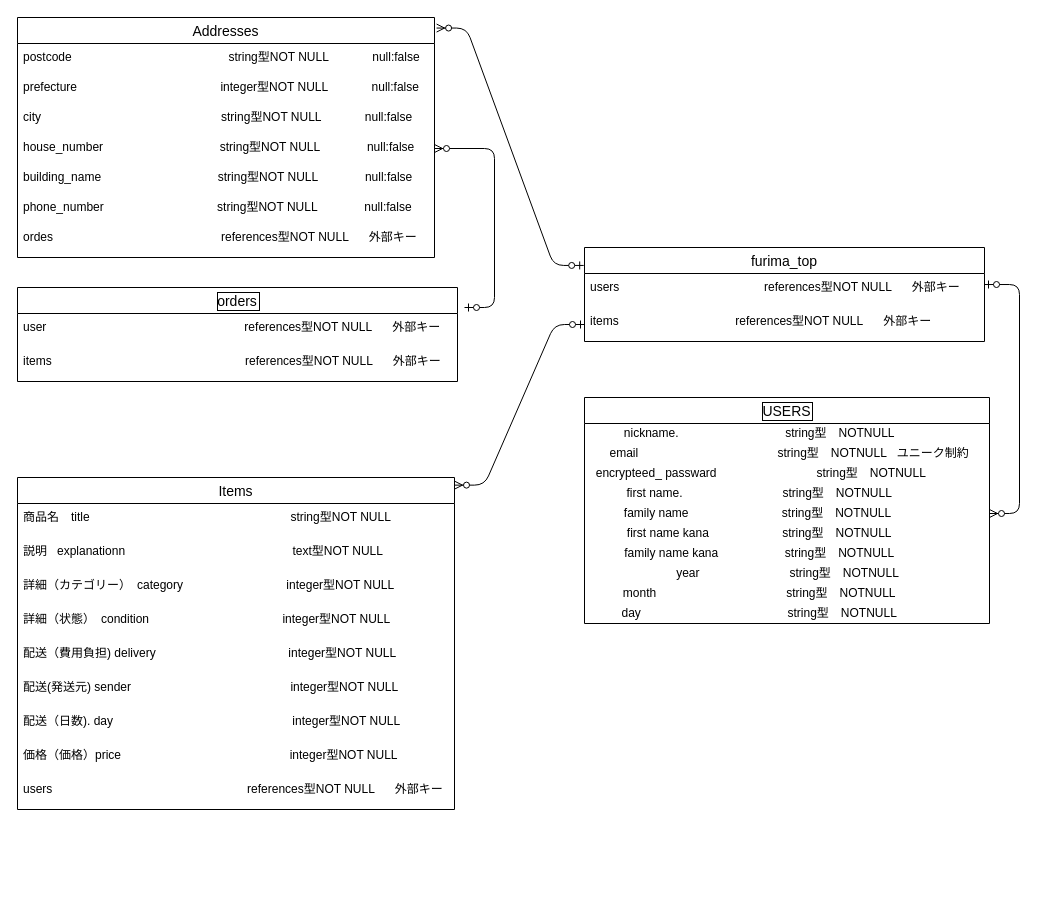
Before: フリマ.dio in tmhs0319/furima-tmhs1025, a draw.io diagram. Source tidied: cells renumbered, new cells numbered last; positions are measured from the earlier drawing's top-left corner, leaving out a move shared by most shapes. Both pictures are drawn from the tidied source at 100%, with x=0, y=0 at pixel (17, 17).
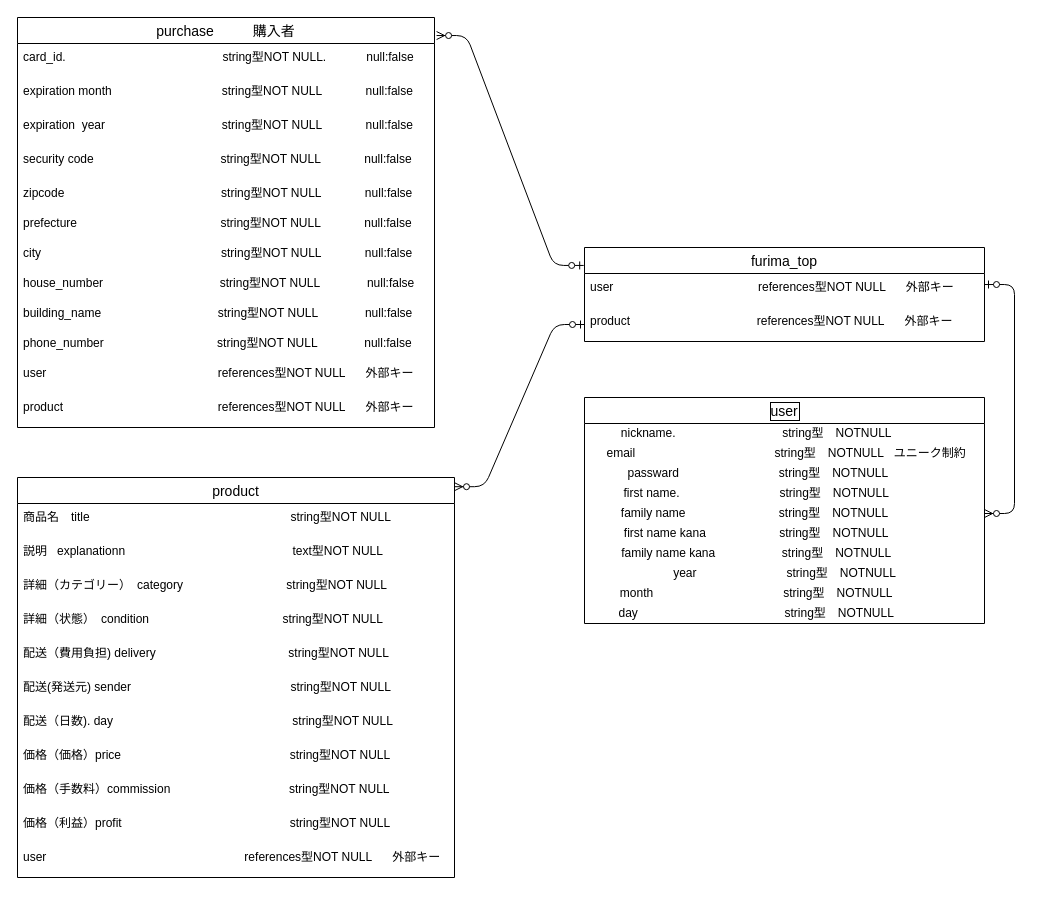
The same diagram, later.

Unchanged cells that the change refers to:
```xml
<mxCell id="10" value="furima_top" style="swimlane;fontStyle=0;horizontal=1;startSize=26;align=center;fontSize=14;" parent="1" vertex="1">
  <mxGeometry x="567" y="230" width="400" height="94" as="geometry" />
</mxCell>
```

The edit, as a diff of the source:
```diff
@@
-    <mxCell id="2" value="Addresses" style="swimlane;fontStyle=0;horizontal=1;startSize=26;align=center;fontSize=14;" parent="1" vertex="1">
-      <mxGeometry width="417" height="240" as="geometry" />
+    <mxCell id="2" value="purchase          購入者" style="swimlane;fontStyle=0;horizontal=1;startSize=26;align=center;fontSize=14;" parent="1" vertex="1">
+      <mxGeometry width="417" height="410" as="geometry" />
     </mxCell>
+    <mxCell id="41" value="card_id.                                               string型NOT NULL.            null:false" style="text;strokeColor=none;fillColor=none;spacingLeft=4;spacingRight=4;overflow=hidden;fontSize=12;" parent="2" vertex="1">
+      <mxGeometry y="26" width="417" height="34" as="geometry" />
+    </mxCell>
+    <mxCell id="42" value="expiration month                                 string型NOT NULL             null:false" style="text;strokeColor=none;fillColor=none;spacingLeft=4;spacingRight=4;overflow=hidden;fontSize=12;" parent="2" vertex="1">
+      <mxGeometry y="60" width="417" height="34" as="geometry" />
+    </mxCell>
+    <mxCell id="43" value="expiration  year                                   string型NOT NULL             null:false" style="text;strokeColor=none;fillColor=none;spacingLeft=4;spacingRight=4;overflow=hidden;fontSize=12;" parent="2" vertex="1">
+      <mxGeometry y="94" width="417" height="34" as="geometry" />
+    </mxCell>
+    <mxCell id="44" value="security code                                      string型NOT NULL             null:false" style="text;strokeColor=none;fillColor=none;spacingLeft=4;spacingRight=4;overflow=hidden;fontSize=12;" parent="2" vertex="1">
+      <mxGeometry y="128" width="417" height="34" as="geometry" />
+    </mxCell>
-    <mxCell id="3" value="postcode                                               string型NOT NULL             null:false" style="text;strokeColor=none;fillColor=none;spacingLeft=4;spacingRight=4;overflow=hidden;fontSize=12;" parent="2" vertex="1">
-      <mxGeometry y="26" width="417" height="30" as="geometry" />
+    <mxCell id="3" value="zipcode                                               string型NOT NULL             null:false" style="text;strokeColor=none;fillColor=none;spacingLeft=4;spacingRight=4;overflow=hidden;fontSize=12;" parent="2" vertex="1">
+      <mxGeometry y="162" width="417" height="30" as="geometry" />
     </mxCell>
-    <mxCell id="4" value="prefecture                                           integer型NOT NULL             null:false&#10; " style="text;strokeColor=none;fillColor=none;spacingLeft=4;spacingRight=4;overflow=hidden;fontSize=12;" parent="2" vertex="1">
-      <mxGeometry y="56" width="417" height="30" as="geometry" />
+    <mxCell id="4" value="prefecture                                           string型NOT NULL             null:false&#10; " style="text;strokeColor=none;fillColor=none;spacingLeft=4;spacingRight=4;overflow=hidden;fontSize=12;" parent="2" vertex="1">
+      <mxGeometry y="192" width="417" height="30" as="geometry" />
     </mxCell>
     <mxCell id="5" value="city                                                      string型NOT NULL             null:false&#10; " style="text;strokeColor=none;fillColor=none;spacingLeft=4;spacingRight=4;overflow=hidden;fontSize=12;" parent="2" vertex="1">
-      <mxGeometry y="86" width="417" height="30" as="geometry" />
+      <mxGeometry y="222" width="417" height="30" as="geometry" />
     </mxCell>
     <mxCell id="6" value="house_number                                   string型NOT NULL              null:false&#10; " style="text;strokeColor=none;fillColor=none;spacingLeft=4;spacingRight=4;overflow=hidden;points=[[0,0.5],[1,0.5]];portConstraint=eastwest;fontSize=12;" parent="2" vertex="1">
-      <mxGeometry y="116" width="417" height="30" as="geometry" />
+      <mxGeometry y="252" width="417" height="30" as="geometry" />
     </mxCell>
     <mxCell id="7" value="building_name                                   string型NOT NULL              null:false&#10; " style="text;strokeColor=none;fillColor=none;spacingLeft=4;spacingRight=4;overflow=hidden;fontSize=12;" parent="2" vertex="1">
-      <mxGeometry y="146" width="417" height="30" as="geometry" />
+      <mxGeometry y="282" width="417" height="30" as="geometry" />
     </mxCell>
     <mxCell id="8" value="phone_number                                  string型NOT NULL              null:false  &#10; " style="text;strokeColor=none;fillColor=none;spacingLeft=4;spacingRight=4;overflow=hidden;fontSize=12;" parent="2" vertex="1">
-      <mxGeometry y="176" width="417" height="30" as="geometry" />
+      <mxGeometry y="312" width="417" height="30" as="geometry" />
     </mxCell>
-    <mxCell id="9" value="ordes                            　        　　　references型NOT NULL      外部キー" style="text;strokeColor=none;fillColor=none;spacingLeft=4;spacingRight=4;overflow=hidden;fontSize=12;" parent="2" vertex="1">
-      <mxGeometry y="206" width="417" height="34" as="geometry" />
+    <mxCell id="9" value="user                             　        　　　references型NOT NULL      外部キー" style="text;strokeColor=none;fillColor=none;spacingLeft=4;spacingRight=4;overflow=hidden;fontSize=12;" parent="2" vertex="1">
+      <mxGeometry y="342" width="417" height="34" as="geometry" />
     </mxCell>
+    <mxCell id="45" value="product                            　    　　　references型NOT NULL      外部キー" style="text;strokeColor=none;fillColor=none;spacingLeft=4;spacingRight=4;overflow=hidden;fontSize=12;" parent="2" vertex="1">
+      <mxGeometry y="376" width="417" height="34" as="geometry" />
+    </mxCell>
@@
-    <mxCell id="11" value="users                             　　　　references型NOT NULL      外部キー" style="text;strokeColor=none;fillColor=none;spacingLeft=4;spacingRight=4;overflow=hidden;points=[[0,0.5],[1,0.5]];portConstraint=eastwest;fontSize=12;" parent="10" vertex="1">
+    <mxCell id="11" value="user                             　　　　references型NOT NULL      外部キー" style="text;strokeColor=none;fillColor=none;spacingLeft=4;spacingRight=4;overflow=hidden;points=[[0,0.5],[1,0.5]];portConstraint=eastwest;fontSize=12;" parent="10" vertex="1">
       <mxGeometry y="26" width="400" height="34" as="geometry" />
     </mxCell>
-    <mxCell id="12" value="items                                   references型NOT NULL      外部キー" style="text;strokeColor=none;fillColor=none;spacingLeft=4;spacingRight=4;overflow=hidden;points=[[0,0.5],[1,0.5]];portConstraint=eastwest;fontSize=12;" parent="10" vertex="1">
+    <mxCell id="12" value="product                                      references型NOT NULL      外部キー" style="text;strokeColor=none;fillColor=none;spacingLeft=4;spacingRight=4;overflow=hidden;points=[[0,0.5],[1,0.5]];portConstraint=eastwest;fontSize=12;" parent="10" vertex="1">
       <mxGeometry y="60" width="400" height="34" as="geometry" />
     </mxCell>
-    <mxCell id="13" value="USERS" style="swimlane;fontStyle=0;horizontal=1;startSize=26;align=center;fontSize=14;labelBackgroundColor=default;labelBorderColor=default;" parent="1" vertex="1">
-      <mxGeometry x="567" y="380" width="405" height="226" as="geometry" />
+    <mxCell id="13" value="user" style="swimlane;fontStyle=0;horizontal=1;startSize=26;align=center;fontSize=14;labelBackgroundColor=default;labelBorderColor=default;" parent="1" vertex="1">
+      <mxGeometry x="567" y="380" width="400" height="226" as="geometry" />
     </mxCell>
     <mxCell id="14" value="nickname.&amp;nbsp; &amp;nbsp; &amp;nbsp; &amp;nbsp; &amp;nbsp; &amp;nbsp; &amp;nbsp; &amp;nbsp; &amp;nbsp; &amp;nbsp; &amp;nbsp; &amp;nbsp; &amp;nbsp; &amp;nbsp; &amp;nbsp; &amp;nbsp; string型　NOTNULL&amp;nbsp; &amp;nbsp; &amp;nbsp; &amp;nbsp; &amp;nbsp; &amp;nbsp; &amp;nbsp; &amp;nbsp; &amp;nbsp;" style="text;html=1;align=center;verticalAlign=middle;strokeColor=none;fillColor=none;" parent="13" vertex="1">
-      <mxGeometry y="26" width="405" height="20" as="geometry" />
+      <mxGeometry y="26" width="400" height="20" as="geometry" />
     </mxCell>
     <mxCell id="15" value="&amp;nbsp; email&amp;nbsp; &amp;nbsp; &amp;nbsp; &amp;nbsp; &amp;nbsp; &amp;nbsp; 　　　&amp;nbsp; &amp;nbsp; &amp;nbsp; &amp;nbsp; &amp;nbsp; &amp;nbsp; &amp;nbsp; &amp;nbsp; &amp;nbsp; &amp;nbsp;string型　NOTNULL&amp;nbsp; &amp;nbsp;ユニーク制約&amp;nbsp;" style="text;html=1;align=center;verticalAlign=middle;strokeColor=none;fillColor=none;" parent="13" vertex="1">
-      <mxGeometry y="46" width="405" height="20" as="geometry" />
+      <mxGeometry y="46" width="400" height="20" as="geometry" />
     </mxCell>
-    <mxCell id="16" value="&amp;nbsp;encrypteed_ passward&amp;nbsp; &amp;nbsp; &amp;nbsp; &amp;nbsp; &amp;nbsp; &amp;nbsp; &amp;nbsp; &amp;nbsp; &amp;nbsp; &amp;nbsp; &amp;nbsp; &amp;nbsp; &amp;nbsp; &amp;nbsp; &amp;nbsp; string型　NOTNULL&amp;nbsp; &amp;nbsp; &amp;nbsp; &amp;nbsp; &amp;nbsp; &amp;nbsp; &amp;nbsp; &amp;nbsp; &amp;nbsp;" style="text;html=1;align=center;verticalAlign=middle;strokeColor=none;fillColor=none;" parent="13" vertex="1">
-      <mxGeometry y="66" width="405" height="20" as="geometry" />
+    <mxCell id="16" value="&amp;nbsp;passward&amp;nbsp; &amp;nbsp; &amp;nbsp; &amp;nbsp; &amp;nbsp; &amp;nbsp; &amp;nbsp; &amp;nbsp; &amp;nbsp; &amp;nbsp; &amp;nbsp; &amp;nbsp; &amp;nbsp; &amp;nbsp; &amp;nbsp; string型　NOTNULL&amp;nbsp; &amp;nbsp; &amp;nbsp; &amp;nbsp; &amp;nbsp; &amp;nbsp; &amp;nbsp; &amp;nbsp; &amp;nbsp;" style="text;html=1;align=center;verticalAlign=middle;strokeColor=none;fillColor=none;" parent="13" vertex="1">
+      <mxGeometry y="66" width="400" height="20" as="geometry" />
     </mxCell>
     <mxCell id="17" value="first name.&amp;nbsp; &amp;nbsp; &amp;nbsp; &amp;nbsp; &amp;nbsp; &amp;nbsp; &amp;nbsp; &amp;nbsp; &amp;nbsp; &amp;nbsp; &amp;nbsp; &amp;nbsp; &amp;nbsp; &amp;nbsp; &amp;nbsp; string型　NOTNULL&amp;nbsp; &amp;nbsp; &amp;nbsp; &amp;nbsp; &amp;nbsp; &amp;nbsp; &amp;nbsp; &amp;nbsp; &amp;nbsp;" style="text;html=1;align=center;verticalAlign=middle;strokeColor=none;fillColor=none;" parent="13" vertex="1">
-      <mxGeometry y="86" width="405" height="20" as="geometry" />
+      <mxGeometry y="86" width="400" height="20" as="geometry" />
     </mxCell>
     <mxCell id="18" value="family name&amp;nbsp; &amp;nbsp; &amp;nbsp; &amp;nbsp; &amp;nbsp; &amp;nbsp; &amp;nbsp; &amp;nbsp; &amp;nbsp; &amp;nbsp; &amp;nbsp; &amp;nbsp; &amp;nbsp; &amp;nbsp; string型　NOTNULL&amp;nbsp; &amp;nbsp; &amp;nbsp; &amp;nbsp; &amp;nbsp; &amp;nbsp; &amp;nbsp; &amp;nbsp; &amp;nbsp;&amp;nbsp;" style="text;html=1;align=center;verticalAlign=middle;points=[];strokeColor=none;fillColor=none;" parent="13" vertex="1">
-      <mxGeometry y="106" width="405" height="20" as="geometry" />
+      <mxGeometry y="106" width="400" height="20" as="geometry" />
     </mxCell>
     <mxCell id="19" value="first name kana&amp;nbsp; &amp;nbsp; &amp;nbsp; &amp;nbsp; &amp;nbsp; &amp;nbsp; &amp;nbsp; &amp;nbsp; &amp;nbsp; &amp;nbsp; &amp;nbsp; string型　NOTNULL&amp;nbsp; &amp;nbsp; &amp;nbsp; &amp;nbsp; &amp;nbsp; &amp;nbsp; &amp;nbsp; &amp;nbsp; &amp;nbsp;" style="text;html=1;align=center;verticalAlign=middle;strokeColor=none;fillColor=none;" parent="13" vertex="1">
-      <mxGeometry y="126" width="405" height="20" as="geometry" />
+      <mxGeometry y="126" width="400" height="20" as="geometry" />
     </mxCell>
     <mxCell id="20" value="family name kana&amp;nbsp; &amp;nbsp; &amp;nbsp; &amp;nbsp; &amp;nbsp; &amp;nbsp; &amp;nbsp; &amp;nbsp; &amp;nbsp; &amp;nbsp; string型　NOTNULL&amp;nbsp; &amp;nbsp; &amp;nbsp; &amp;nbsp; &amp;nbsp; &amp;nbsp; &amp;nbsp; &amp;nbsp; &amp;nbsp;" style="text;html=1;align=center;verticalAlign=middle;strokeColor=none;fillColor=none;" parent="13" vertex="1">
-      <mxGeometry y="146" width="405" height="20" as="geometry" />
+      <mxGeometry y="146" width="400" height="20" as="geometry" />
     </mxCell>
     <mxCell id="21" value="year&amp;nbsp; &amp;nbsp; &amp;nbsp; &amp;nbsp; &amp;nbsp; &amp;nbsp; &amp;nbsp; &amp;nbsp; &amp;nbsp; &amp;nbsp; &amp;nbsp; &amp;nbsp; &amp;nbsp; &amp;nbsp;string型　NOTNULL" style="text;html=1;align=center;verticalAlign=middle;strokeColor=none;fillColor=none;" parent="13" vertex="1">
-      <mxGeometry y="166" width="405" height="20" as="geometry" />
+      <mxGeometry y="166" width="400" height="20" as="geometry" />
     </mxCell>
     <mxCell id="22" value="month&amp;nbsp; &amp;nbsp; &amp;nbsp; &amp;nbsp; &amp;nbsp; &amp;nbsp; &amp;nbsp; &amp;nbsp; &amp;nbsp; &amp;nbsp; &amp;nbsp; &amp;nbsp; &amp;nbsp; &amp;nbsp; &amp;nbsp; &amp;nbsp; &amp;nbsp; &amp;nbsp; &amp;nbsp; &amp;nbsp;string型　NOTNULL&amp;nbsp; &amp;nbsp; &amp;nbsp; &amp;nbsp; &amp;nbsp; &amp;nbsp; &amp;nbsp; &amp;nbsp; &amp;nbsp;" style="text;html=1;align=center;verticalAlign=middle;strokeColor=none;fillColor=none;" parent="13" vertex="1">
-      <mxGeometry y="186" width="405" height="20" as="geometry" />
+      <mxGeometry y="186" width="400" height="20" as="geometry" />
     </mxCell>
     <mxCell id="23" value="day&amp;nbsp; &amp;nbsp; &amp;nbsp; &amp;nbsp; &amp;nbsp; &amp;nbsp; &amp;nbsp; &amp;nbsp; &amp;nbsp; &amp;nbsp; &amp;nbsp; &amp;nbsp; &amp;nbsp; &amp;nbsp; &amp;nbsp; &amp;nbsp; &amp;nbsp; &amp;nbsp; &amp;nbsp; &amp;nbsp; &amp;nbsp; &amp;nbsp; string型　NOTNULL&amp;nbsp; &amp;nbsp; &amp;nbsp; &amp;nbsp; &amp;nbsp; &amp;nbsp; &amp;nbsp; &amp;nbsp; &amp;nbsp;" style="text;html=1;align=center;verticalAlign=middle;strokeColor=none;fillColor=none;" parent="13" vertex="1">
-      <mxGeometry y="206" width="405" height="20" as="geometry" />
+      <mxGeometry y="206" width="400" height="20" as="geometry" />
     </mxCell>
-    <mxCell id="24" value="Items" style="swimlane;fontStyle=0;horizontal=1;startSize=26;align=center;fontSize=14;" parent="1" vertex="1">
-      <mxGeometry y="460" width="437" height="332" as="geometry" />
+    <mxCell id="24" value="product" style="swimlane;fontStyle=0;horizontal=1;startSize=26;align=center;fontSize=14;" parent="1" vertex="1">
+      <mxGeometry y="460" width="437" height="400" as="geometry" />
     </mxCell>
@@
-    <mxCell id="27" value="詳細（カテゴリー）　category　　　　           　  integer型NOT NULL" style="text;strokeColor=none;fillColor=none;spacingLeft=4;spacingRight=4;overflow=hidden;fontSize=12;" parent="24" vertex="1">
+    <mxCell id="27" value="詳細（カテゴリー）　category　　　　           　  string型NOT NULL" style="text;strokeColor=none;fillColor=none;spacingLeft=4;spacingRight=4;overflow=hidden;fontSize=12;" parent="24" vertex="1">
       <mxGeometry y="94" width="437" height="34" as="geometry" />
     </mxCell>
-    <mxCell id="28" value="詳細（状態）　condition　　　　                    　  integer型NOT NULL" style="text;strokeColor=none;fillColor=none;spacingLeft=4;spacingRight=4;overflow=hidden;fontSize=12;" parent="24" vertex="1">
+    <mxCell id="28" value="詳細（状態）　condition　　　　                    　  string型NOT NULL" style="text;strokeColor=none;fillColor=none;spacingLeft=4;spacingRight=4;overflow=hidden;fontSize=12;" parent="24" vertex="1">
       <mxGeometry y="128" width="437" height="34" as="geometry" />
     </mxCell>
-    <mxCell id="29" value="配送（費用負担) delivery　　                             　integer型NOT NULL" style="text;strokeColor=none;fillColor=none;spacingLeft=4;spacingRight=4;overflow=hidden;fontSize=12;" parent="24" vertex="1">
+    <mxCell id="29" value="配送（費用負担) delivery　　                             　string型NOT NULL" style="text;strokeColor=none;fillColor=none;spacingLeft=4;spacingRight=4;overflow=hidden;fontSize=12;" parent="24" vertex="1">
       <mxGeometry y="162" width="437" height="34" as="geometry" />
     </mxCell>
-    <mxCell id="30" value="配送(発送元) sender　　                                     　integer型NOT NULL" style="text;strokeColor=none;fillColor=none;spacingLeft=4;spacingRight=4;overflow=hidden;fontSize=12;" parent="24" vertex="1">
+    <mxCell id="30" value="配送(発送元) sender　　                                     　string型NOT NULL" style="text;strokeColor=none;fillColor=none;spacingLeft=4;spacingRight=4;overflow=hidden;fontSize=12;" parent="24" vertex="1">
       <mxGeometry y="196" width="437" height="34" as="geometry" />
     </mxCell>
-    <mxCell id="31" value="配送（日数). day　　                                           　integer型NOT NULL" style="text;strokeColor=none;fillColor=none;spacingLeft=4;spacingRight=4;overflow=hidden;fontSize=12;" parent="24" vertex="1">
+    <mxCell id="31" value="配送（日数). day　　                                           　string型NOT NULL" style="text;strokeColor=none;fillColor=none;spacingLeft=4;spacingRight=4;overflow=hidden;fontSize=12;" parent="24" vertex="1">
       <mxGeometry y="230" width="437" height="34" as="geometry" />
     </mxCell>
-    <mxCell id="32" value="価格（価格）price　　　　　                             　integer型NOT NULL" style="text;strokeColor=none;fillColor=none;spacingLeft=4;spacingRight=4;overflow=hidden;fontSize=12;" parent="24" vertex="1">
+    <mxCell id="32" value="価格（価格）price　　　　　                             　string型NOT NULL" style="text;strokeColor=none;fillColor=none;spacingLeft=4;spacingRight=4;overflow=hidden;fontSize=12;" parent="24" vertex="1">
       <mxGeometry y="264" width="437" height="34" as="geometry" />
     </mxCell>
+    <mxCell id="46" value="価格（手数料）commission　　　　              　　string型NOT NULL" style="text;strokeColor=none;fillColor=none;spacingLeft=4;spacingRight=4;overflow=hidden;fontSize=12;" parent="24" vertex="1">
+      <mxGeometry y="298" width="437" height="34" as="geometry" />
+    </mxCell>
+    <mxCell id="47" value="価格（利益）profit             　　　                       　string型NOT NULL" style="text;strokeColor=none;fillColor=none;spacingLeft=4;spacingRight=4;overflow=hidden;fontSize=12;" parent="24" vertex="1">
+      <mxGeometry y="332" width="437" height="34" as="geometry" />
+    </mxCell>
-    <mxCell id="33" value="users                            　                　　　references型NOT NULL      外部キー" style="text;strokeColor=none;fillColor=none;spacingLeft=4;spacingRight=4;overflow=hidden;fontSize=12;" parent="24" vertex="1">
-      <mxGeometry y="298" width="437" height="34" as="geometry" />
+    <mxCell id="33" value="user                             　                　　　references型NOT NULL      外部キー" style="text;strokeColor=none;fillColor=none;spacingLeft=4;spacingRight=4;overflow=hidden;fontSize=12;" parent="24" vertex="1">
+      <mxGeometry y="366" width="437" height="34" as="geometry" />
     </mxCell>
@@
-    <mxCell id="37" value="orders" style="swimlane;fontStyle=0;horizontal=1;startSize=26;align=center;fontSize=14;labelBackgroundColor=default;labelBorderColor=default;" parent="1" vertex="1">
-      <mxGeometry y="270" width="440" height="94" as="geometry" />
-    </mxCell>
-    <mxCell id="38" value="user                             　                　　　references型NOT NULL      外部キー" style="text;strokeColor=none;fillColor=none;spacingLeft=4;spacingRight=4;overflow=hidden;fontSize=12;" parent="37" vertex="1">
-      <mxGeometry y="26" width="440" height="34" as="geometry" />
-    </mxCell>
-    <mxCell id="39" value="items                                                          references型NOT NULL      外部キー" style="text;strokeColor=none;fillColor=none;spacingLeft=4;spacingRight=4;overflow=hidden;fontSize=12;" parent="37" vertex="1">
-      <mxGeometry y="60" width="440" height="34" as="geometry" />
-    </mxCell>
-    <mxCell id="40" style="edgeStyle=entityRelationEdgeStyle;fontSize=12;html=1;endArrow=ERzeroToMany;startArrow=ERzeroToOne;entryX=1;entryY=0.5;entryDx=0;entryDy=0;" parent="1" edge="1" target="6">
-      <mxGeometry relative="1" as="geometry">
-        <mxPoint x="447" y="290" as="sourcePoint" />
-      </mxGeometry>
-    </mxCell>
```
